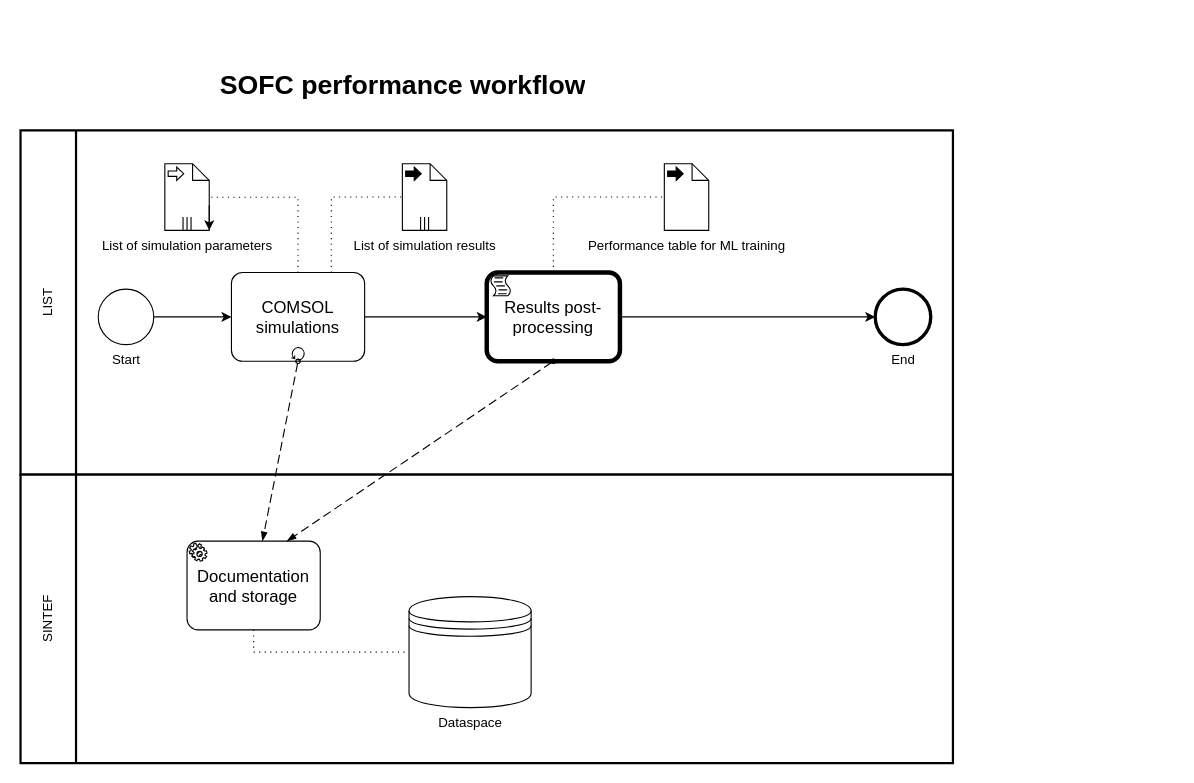
The draw.io diagram page "sofc_performance" (2 of 2) of docs/Untitled Diagram.drawio in M-ERA-NET-MEDIATE/DataDocumentation, before the edit. Source tidied: cells renumbered, new cells numbered last; positions are measured from the earlier drawing's top-left corner, leaving out a move shared by most shapes. Both pictures are drawn from the tidied source at 111%, with x=0, y=0 at pixel (20, 63).
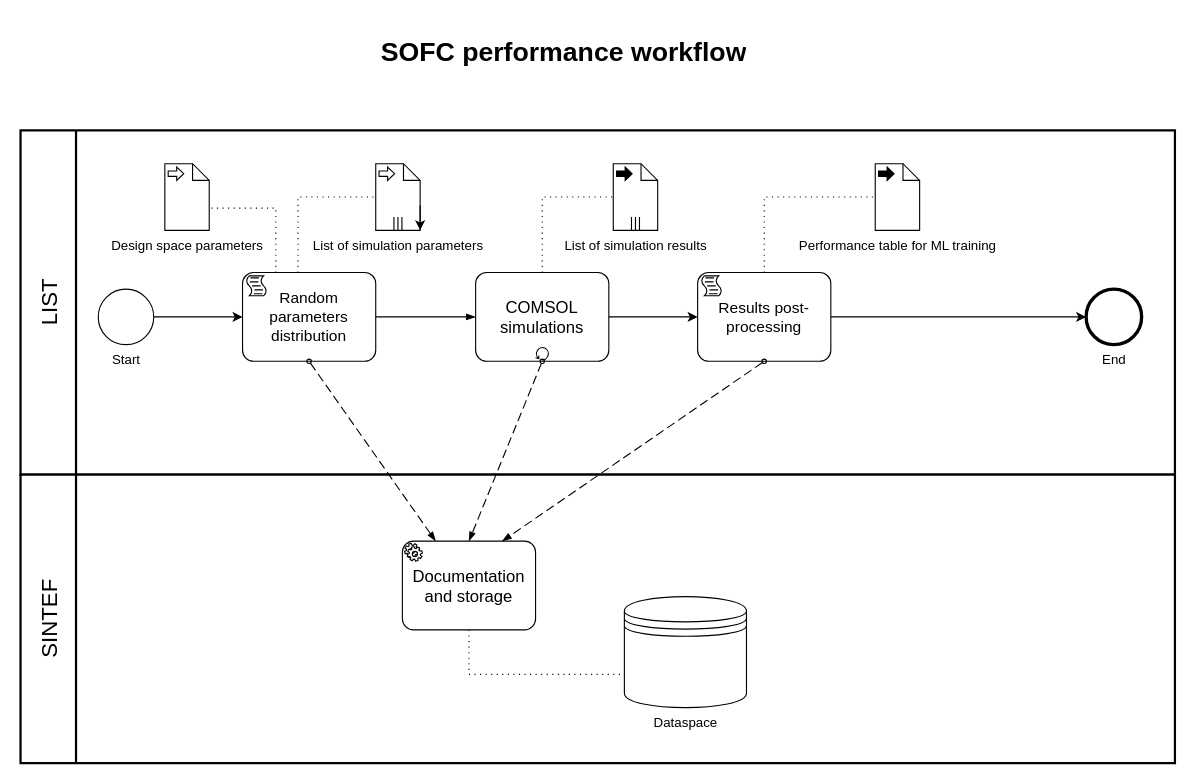
After the change.

The change refers to these unchanged cells:
```xml
<mxCell id="5" value="Start" style="points=[[0.145,0.145,0],[0.5,0,0],[0.855,0.145,0],[1,0.5,0],[0.855,0.855,0],[0.5,1,0],[0.145,0.855,0],[0,0.5,0]];shape=mxgraph.bpmn.event;html=1;verticalLabelPosition=bottom;labelBackgroundColor=#ffffff;verticalAlign=top;align=center;perimeter=ellipsePerimeter;outlineConnect=0;outline=standard;symbol=general;" parent="2" vertex="1">
  <mxGeometry x="70" y="143" width="50" height="50" as="geometry" />
</mxCell>
```

The edit, as a diff of the source:
```diff
@@
-    <mxCell id="2" value="LIST" style="swimlane;html=1;startSize=50;fontStyle=0;horizontal=0;swimlaneLine=1;swimlaneFillColor=#ffffff;strokeWidth=2;whiteSpace=wrap;" parent="1" vertex="1">
-      <mxGeometry y="60" width="840" height="310" as="geometry" />
+    <mxCell id="2" value="LIST" style="swimlane;html=1;startSize=50;fontStyle=0;horizontal=0;swimlaneLine=1;swimlaneFillColor=#ffffff;strokeWidth=2;whiteSpace=wrap;fontSize=20;" parent="1" vertex="1">
+      <mxGeometry y="60" width="1040" height="310" as="geometry" />
     </mxCell>
     <mxCell id="3" value="End" style="points=[[0.145,0.145,0],[0.5,0,0],[0.855,0.145,0],[1,0.5,0],[0.855,0.855,0],[0.5,1,0],[0.145,0.855,0],[0,0.5,0]];shape=mxgraph.bpmn.event;html=1;verticalLabelPosition=bottom;labelBackgroundColor=#ffffff;verticalAlign=top;align=center;perimeter=ellipsePerimeter;outlineConnect=0;outline=end;symbol=terminate2;" parent="2" vertex="1">
-      <mxGeometry x="770" y="143" width="50" height="50" as="geometry" />
+      <mxGeometry x="960" y="143" width="50" height="50" as="geometry" />
     </mxCell>
-    <mxCell id="4" style="edgeStyle=orthogonalEdgeStyle;rounded=0;jettySize=auto;html=1;exitX=1;exitY=0.5;exitDx=0;exitDy=0;exitPerimeter=0;" parent="2" edge="1" source="5" target="6">
+    <mxCell id="4" style="edgeStyle=orthogonalEdgeStyle;rounded=0;jettySize=auto;html=1;exitX=1;exitY=0.5;exitDx=0;exitDy=0;exitPerimeter=0;entryX=0;entryY=0.5;entryDx=0;entryDy=0;entryPerimeter=0;" parent="2" edge="1" source="5" target="24">
       <mxGeometry relative="1" as="geometry" />
     </mxCell>
@@
     <mxCell id="6" value="COMSOL simulations" style="points=[[0.25,0,0],[0.5,0,0],[0.75,0,0],[1,0.25,0],[1,0.5,0],[1,0.75,0],[0.75,1,0],[0.5,1,0],[0.25,1,0],[0,0.75,0],[0,0.5,0],[0,0.25,0]];shape=mxgraph.bpmn.task;whiteSpace=wrap;rectStyle=rounded;size=10;html=1;taskMarker=abstract;isLoopStandard=1;fontSize=15;" parent="2" vertex="1">
-      <mxGeometry x="190" y="128" width="120" height="80" as="geometry" />
+      <mxGeometry x="410" y="128" width="120" height="80" as="geometry" />
     </mxCell>
     <mxCell id="7" value="List of simulation parameters" style="shape=mxgraph.bpmn.data;labelPosition=center;verticalLabelPosition=bottom;align=center;verticalAlign=top;size=15;html=1;bpmnTransferType=input;isCollection=1;" parent="2" vertex="1">
-      <mxGeometry x="130" y="30" width="40" height="60" as="geometry" />
+      <mxGeometry x="320" y="30" width="40" height="60" as="geometry" />
     </mxCell>
     <mxCell id="8" value="List of simulation results" style="shape=mxgraph.bpmn.data;labelPosition=center;verticalLabelPosition=bottom;align=center;verticalAlign=top;size=15;html=1;bpmnTransferType=output;isCollection=1;" parent="2" vertex="1">
-      <mxGeometry x="344" y="30" width="40" height="60" as="geometry" />
+      <mxGeometry x="534" y="30" width="40" height="60" as="geometry" />
     </mxCell>
-    <mxCell id="9" value="Results post-processing" style="points=[[0.25,0,0],[0.5,0,0],[0.75,0,0],[1,0.25,0],[1,0.5,0],[1,0.75,0],[0.75,1,0],[0.5,1,0],[0.25,1,0],[0,0.75,0],[0,0.5,0],[0,0.25,0]];shape=mxgraph.bpmn.task;whiteSpace=wrap;rectStyle=rounded;size=10;html=1;bpmnShapeType=call;taskMarker=script;fontSize=15;" parent="2" vertex="1">
-      <mxGeometry x="420" y="128" width="120" height="80" as="geometry" />
-    </mxCell>
@@
-    <mxCell id="11" style="edgeStyle=orthogonalEdgeStyle;rounded=0;jettySize=auto;html=1;exitX=1;exitY=0.5;exitDx=0;exitDy=0;exitPerimeter=0;entryX=0;entryY=0.5;entryDx=0;entryDy=0;entryPerimeter=0;" parent="2" edge="1" source="9" target="3">
+    <mxCell id="11" style="edgeStyle=orthogonalEdgeStyle;rounded=0;jettySize=auto;html=1;entryX=0;entryY=0.5;entryDx=0;entryDy=0;entryPerimeter=0;exitX=1;exitY=0.5;exitDx=0;exitDy=0;exitPerimeter=0;" parent="2" edge="1" source="9" target="3">
       <mxGeometry relative="1" as="geometry" />
     </mxCell>
     <mxCell id="12" value="Performance table for ML training" style="shape=mxgraph.bpmn.data;labelPosition=center;verticalLabelPosition=bottom;align=center;verticalAlign=top;size=15;html=1;bpmnTransferType=output;" parent="2" vertex="1">
-      <mxGeometry x="580" y="30" width="40" height="60" as="geometry" />
+      <mxGeometry x="770" y="30" width="40" height="60" as="geometry" />
     </mxCell>
@@
-    <mxCell id="14" style="edgeStyle=elbowEdgeStyle;fontSize=12;html=1;endFill=0;startFill=0;endSize=6;startSize=6;dashed=1;dashPattern=1 4;endArrow=none;startArrow=none;rounded=0;exitX=0.5;exitY=0;exitDx=0;exitDy=0;exitPerimeter=0;entryX=0.96;entryY=0.503;entryDx=0;entryDy=0;entryPerimeter=0;" parent="2" edge="1" source="6" target="7">
+    <mxCell id="14" style="edgeStyle=elbowEdgeStyle;fontSize=12;html=1;endFill=0;startFill=0;endSize=6;startSize=6;dashed=1;dashPattern=1 4;endArrow=none;startArrow=none;rounded=0;exitX=0.5;exitY=0;exitDx=0;exitDy=0;exitPerimeter=0;entryX=0;entryY=0.5;entryDx=0;entryDy=0;entryPerimeter=0;" parent="2" edge="1" source="24" target="7">
       <mxGeometry relative="1" as="geometry">
         <Array as="points">
-          <mxPoint x="250" y="90" />
+          <mxPoint x="250" y="100" />
         </Array>
       </mxGeometry>
     </mxCell>
     <mxCell id="15" style="edgeStyle=elbowEdgeStyle;fontSize=12;html=1;endFill=0;startFill=0;endSize=6;startSize=6;dashed=1;dashPattern=1 4;endArrow=none;startArrow=none;rounded=0;exitX=0.75;exitY=0;exitDx=0;exitDy=0;exitPerimeter=0;entryX=0;entryY=0.5;entryDx=0;entryDy=0;entryPerimeter=0;" parent="2" edge="1" source="6" target="8">
       <mxGeometry relative="1" as="geometry">
         <Array as="points">
-          <mxPoint x="280" y="100" />
+          <mxPoint x="470" y="110" />
         </Array>
       </mxGeometry>
     </mxCell>
-    <mxCell id="16" style="edgeStyle=elbowEdgeStyle;fontSize=12;html=1;endFill=0;startFill=0;endSize=6;startSize=6;dashed=1;dashPattern=1 4;endArrow=none;startArrow=none;rounded=0;exitX=0.5;exitY=0;exitDx=0;exitDy=0;exitPerimeter=0;entryX=0;entryY=0.5;entryDx=0;entryDy=0;entryPerimeter=0;" parent="2" edge="1" source="9" target="12">
+    <mxCell id="16" style="edgeStyle=elbowEdgeStyle;fontSize=12;html=1;endFill=0;startFill=0;endSize=6;startSize=6;dashed=1;dashPattern=1 4;endArrow=none;startArrow=none;rounded=0;exitX=0.5;exitY=0;exitDx=0;exitDy=0;exitPerimeter=0;entryX=0;entryY=0.5;entryDx=0;entryDy=0;entryPerimeter=0;" parent="2" edge="1" target="12">
       <mxGeometry relative="1" as="geometry">
+        <mxPoint x="670" y="128" as="sourcePoint" />
         <Array as="points">
-          <mxPoint x="480" y="110" />
+          <mxPoint x="670" y="90" />
         </Array>
       </mxGeometry>
     </mxCell>
+    <mxCell id="24" value="Random parameters distribution" style="points=[[0.25,0,0],[0.5,0,0],[0.75,0,0],[1,0.25,0],[1,0.5,0],[1,0.75,0],[0.75,1,0],[0.5,1,0],[0.25,1,0],[0,0.75,0],[0,0.5,0],[0,0.25,0]];shape=mxgraph.bpmn.task;whiteSpace=wrap;rectStyle=rounded;size=10;html=1;taskMarker=script;fontSize=14;" parent="2" vertex="1">
+      <mxGeometry x="200" y="128" width="120" height="80" as="geometry" />
+    </mxCell>
+    <mxCell id="9" value="Results post-processing" style="points=[[0.25,0,0],[0.5,0,0],[0.75,0,0],[1,0.25,0],[1,0.5,0],[1,0.75,0],[0.75,1,0],[0.5,1,0],[0.25,1,0],[0,0.75,0],[0,0.5,0],[0,0.25,0]];shape=mxgraph.bpmn.task;whiteSpace=wrap;rectStyle=rounded;size=10;html=1;taskMarker=script;fontSize=14;" parent="2" vertex="1">
+      <mxGeometry x="610" y="128" width="120" height="80" as="geometry" />
+    </mxCell>
+    <mxCell id="25" style="edgeStyle=elbowEdgeStyle;fontSize=12;html=1;endArrow=blockThin;endFill=1;rounded=0;exitX=1;exitY=0.5;exitDx=0;exitDy=0;exitPerimeter=0;entryX=0;entryY=0.5;entryDx=0;entryDy=0;entryPerimeter=0;" parent="2" edge="1" source="24" target="6">
+      <mxGeometry relative="1" as="geometry" />
+    </mxCell>
+    <mxCell id="26" value="Design space parameters" style="shape=mxgraph.bpmn.data;labelPosition=center;verticalLabelPosition=bottom;align=center;verticalAlign=top;size=15;html=1;bpmnTransferType=input;" parent="2" vertex="1">
+      <mxGeometry x="130" y="30" width="40" height="60" as="geometry" />
+    </mxCell>
+    <mxCell id="27" style="edgeStyle=elbowEdgeStyle;fontSize=12;html=1;endFill=0;startFill=0;endSize=6;startSize=6;dashed=1;dashPattern=1 4;endArrow=none;startArrow=none;rounded=0;exitX=0.25;exitY=0;exitDx=0;exitDy=0;exitPerimeter=0;" parent="2" edge="1" source="24">
+      <mxGeometry relative="1" as="geometry">
+        <mxPoint x="170" y="70" as="targetPoint" />
+        <Array as="points">
+          <mxPoint x="230" y="100" />
+        </Array>
+      </mxGeometry>
+    </mxCell>
-    <mxCell id="17" value="SINTEF" style="swimlane;html=1;startSize=50;fontStyle=0;horizontal=0;swimlaneLine=1;swimlaneFillColor=#ffffff;strokeWidth=2;whiteSpace=wrap;" parent="1" vertex="1">
-      <mxGeometry y="370" width="840" height="260" as="geometry" />
+    <mxCell id="17" value="SINTEF" style="swimlane;html=1;startSize=50;fontStyle=0;horizontal=0;swimlaneLine=1;swimlaneFillColor=#ffffff;strokeWidth=2;whiteSpace=wrap;fontSize=20;" parent="1" vertex="1">
+      <mxGeometry y="370" width="1040" height="260" as="geometry" />
     </mxCell>
     <mxCell id="18" value="Documentation and storage" style="points=[[0.25,0,0],[0.5,0,0],[0.75,0,0],[1,0.25,0],[1,0.5,0],[1,0.75,0],[0.75,1,0],[0.5,1,0],[0.25,1,0],[0,0.75,0],[0,0.5,0],[0,0.25,0]];shape=mxgraph.bpmn.task;whiteSpace=wrap;rectStyle=rounded;size=10;html=1;taskMarker=service;fontSize=15;" parent="17" vertex="1">
-      <mxGeometry x="150" y="60" width="120" height="80" as="geometry" />
+      <mxGeometry x="344" y="60" width="120" height="80" as="geometry" />
     </mxCell>
     <mxCell id="19" value="Dataspace" style="shape=datastore;html=1;labelPosition=center;verticalLabelPosition=bottom;align=center;verticalAlign=top;" parent="17" vertex="1">
-      <mxGeometry x="350" y="110" width="110" height="100" as="geometry" />
+      <mxGeometry x="544" y="110" width="110" height="100" as="geometry" />
     </mxCell>
-    <mxCell id="20" style="edgeStyle=elbowEdgeStyle;fontSize=12;html=1;endFill=0;startFill=0;endSize=6;startSize=6;dashed=1;dashPattern=1 4;endArrow=none;startArrow=none;rounded=0;exitX=0.5;exitY=1;exitDx=0;exitDy=0;exitPerimeter=0;entryX=0;entryY=0.5;entryDx=0;entryDy=0;" parent="17" edge="1" source="18" target="19">
+    <mxCell id="20" style="edgeStyle=elbowEdgeStyle;fontSize=12;html=1;endFill=0;startFill=0;endSize=6;startSize=6;dashed=1;dashPattern=1 4;endArrow=none;startArrow=none;rounded=0;exitX=0.5;exitY=1;exitDx=0;exitDy=0;exitPerimeter=0;entryX=0;entryY=0.7;entryDx=0;entryDy=0;" parent="17" edge="1" source="18" target="19">
       <mxGeometry relative="1" as="geometry">
         <Array as="points">
-          <mxPoint x="210" y="170" />
+          <mxPoint x="404" y="160" />
         </Array>
       </mxGeometry>
     </mxCell>
     <mxCell id="21" value="&lt;h1&gt;SOFC performance workflow&lt;br&gt;&lt;/h1&gt;" style="text;html=1;spacing=5;spacingTop=-20;whiteSpace=wrap;overflow=hidden;rounded=0;" parent="1" vertex="1">
-      <mxGeometry x="175" width="490" height="60" as="geometry" />
+      <mxGeometry x="320" y="-30" width="490" height="60" as="geometry" />
     </mxCell>
-    <mxCell id="22" style="dashed=1;dashPattern=8 4;endArrow=blockThin;endFill=1;startArrow=oval;startFill=0;endSize=6;startSize=4;html=1;rounded=0;exitX=0.5;exitY=1;exitDx=0;exitDy=0;exitPerimeter=0;entryX=0.75;entryY=0;entryDx=0;entryDy=0;entryPerimeter=0;" parent="1" edge="1" source="9" target="18">
+    <mxCell id="22" style="dashed=1;dashPattern=8 4;endArrow=blockThin;endFill=1;startArrow=oval;startFill=0;endSize=6;startSize=4;html=1;rounded=0;entryX=0.75;entryY=0;entryDx=0;entryDy=0;entryPerimeter=0;exitX=0.5;exitY=1;exitDx=0;exitDy=0;exitPerimeter=0;" parent="1" edge="1" source="9" target="18">
       <mxGeometry relative="1" as="geometry" />
     </mxCell>
-    <mxCell id="23" style="dashed=1;dashPattern=8 4;endArrow=blockThin;endFill=1;startArrow=oval;startFill=0;endSize=6;startSize=4;html=1;rounded=0;exitX=0.5;exitY=1;exitDx=0;exitDy=0;exitPerimeter=0;" parent="1" edge="1" source="6" target="18">
+    <mxCell id="23" style="dashed=1;dashPattern=8 4;endArrow=blockThin;endFill=1;startArrow=oval;startFill=0;endSize=6;startSize=4;html=1;rounded=0;exitX=0.5;exitY=1;exitDx=0;exitDy=0;exitPerimeter=0;entryX=0.5;entryY=0;entryDx=0;entryDy=0;entryPerimeter=0;" parent="1" edge="1" source="6" target="18">
       <mxGeometry relative="1" as="geometry" />
     </mxCell>
+    <mxCell id="28" style="dashed=1;dashPattern=8 4;endArrow=blockThin;endFill=1;startArrow=oval;startFill=0;endSize=6;startSize=4;html=1;rounded=0;exitX=0.5;exitY=1;exitDx=0;exitDy=0;exitPerimeter=0;entryX=0.25;entryY=0;entryDx=0;entryDy=0;entryPerimeter=0;" parent="1" edge="1" source="24" target="18">
+      <mxGeometry relative="1" as="geometry" />
+    </mxCell>
```
